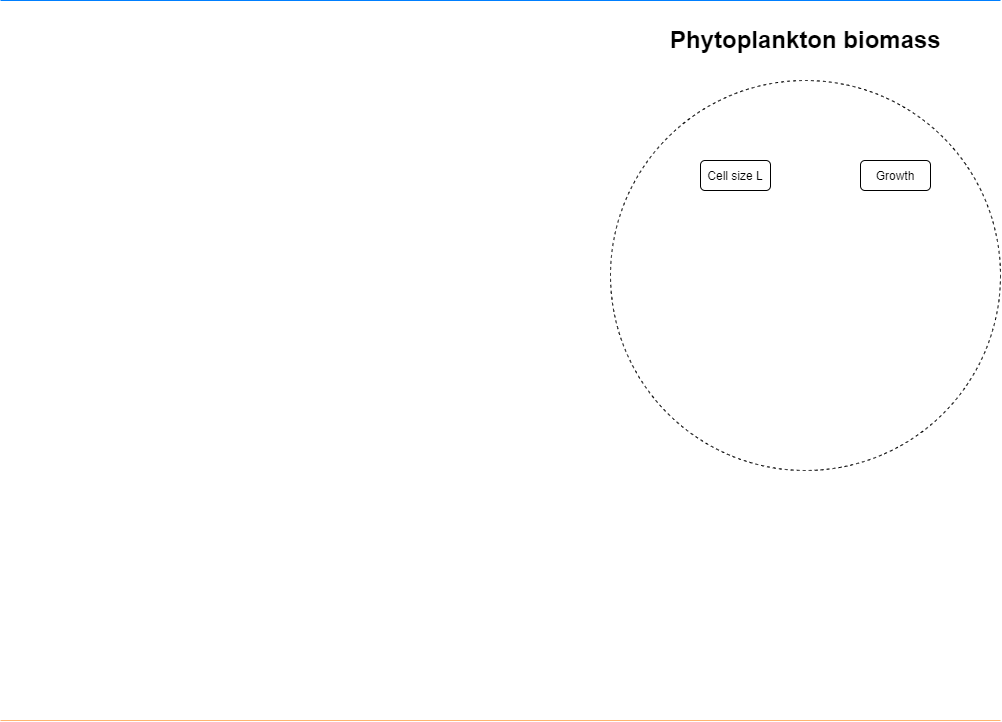
Earlier version of the draw.io export Figures/ModelIllustration.png (MickiJensen/Final-report). Source tidied: cells renumbered, new cells last; positions are measured from the earlier drawing's top-left corner, leaving out a move shared by most shapes. Its diagram source:
```xml
<mxGraphModel>
  <root>
    <mxCell id="0" />
    <mxCell id="1" parent="0" />
    <mxCell id="2" style="endArrow=none;html=1;strokeColor=#007FFF;edgeStyle=orthogonalEdgeStyle;rounded=1;" parent="1" edge="1">
      <mxGeometry relative="1" as="geometry">
        <mxPoint as="sourcePoint" />
        <mxPoint x="1000" as="targetPoint" />
      </mxGeometry>
    </mxCell>
    <mxCell id="3" style="endArrow=none;html=1;edgeStyle=orthogonalEdgeStyle;strokeColor=#FFB570;rounded=1;" parent="1" edge="1">
      <mxGeometry relative="1" as="geometry">
        <mxPoint y="720" as="sourcePoint" />
        <mxPoint x="1000" y="720" as="targetPoint" />
      </mxGeometry>
    </mxCell>
    <mxCell id="4" style="ellipse;whiteSpace=wrap;html=1;fillColor=none;dashed=1;strokeWidth=1;perimeterSpacing=1;" parent="1" vertex="1">
      <mxGeometry x="610" y="80" width="390" height="390" as="geometry" />
    </mxCell>
    <mxCell id="5" value="&lt;h1&gt;Phytoplankton biomass&lt;/h1&gt;" style="text;html=1;strokeColor=none;fillColor=none;spacing=5;spacingTop=-20;whiteSpace=wrap;overflow=hidden;rounded=0;" parent="1" vertex="1">
      <mxGeometry x="665" y="20" width="280" height="50" as="geometry" />
    </mxCell>
    <mxCell id="6" value="Growth" style="rounded=1;whiteSpace=wrap;html=1;strokeWidth=1;fillColor=none;" parent="1" vertex="1">
      <mxGeometry x="860" y="160" width="70" height="30" as="geometry" />
    </mxCell>
    <mxCell id="7" value="Cell size L" style="rounded=1;whiteSpace=wrap;html=1;strokeWidth=1;fillColor=none;" parent="1" vertex="1">
      <mxGeometry x="700" y="160" width="70" height="30" as="geometry" />
    </mxCell>
  </root>
</mxGraphModel>
```
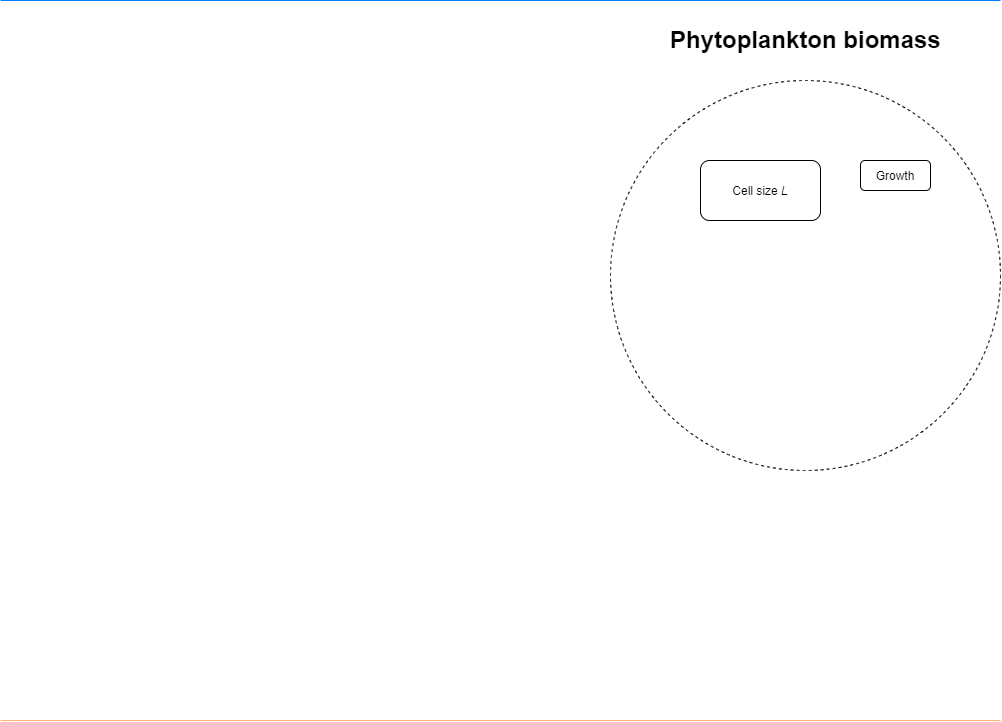
After the change.

The edit, as a diff of the source:
```diff
@@ -23,8 +23,8 @@
     <mxCell id="6" value="Growth" style="rounded=1;whiteSpace=wrap;html=1;strokeWidth=1;fillColor=none;" parent="1" vertex="1">
       <mxGeometry x="860" y="160" width="70" height="30" as="geometry" />
     </mxCell>
-    <mxCell id="7" value="Cell size L" style="rounded=1;whiteSpace=wrap;html=1;strokeWidth=1;fillColor=none;" parent="1" vertex="1">
-      <mxGeometry x="700" y="160" width="70" height="30" as="geometry" />
+    <mxCell id="7" value="Cell size &lt;i&gt;L&lt;/i&gt;" style="rounded=1;whiteSpace=wrap;html=1;strokeWidth=1;fillColor=none;" parent="1" vertex="1">
+      <mxGeometry x="700" y="160" width="120" height="60" as="geometry" />
     </mxCell>
   </root>
 </mxGraphModel>
```
